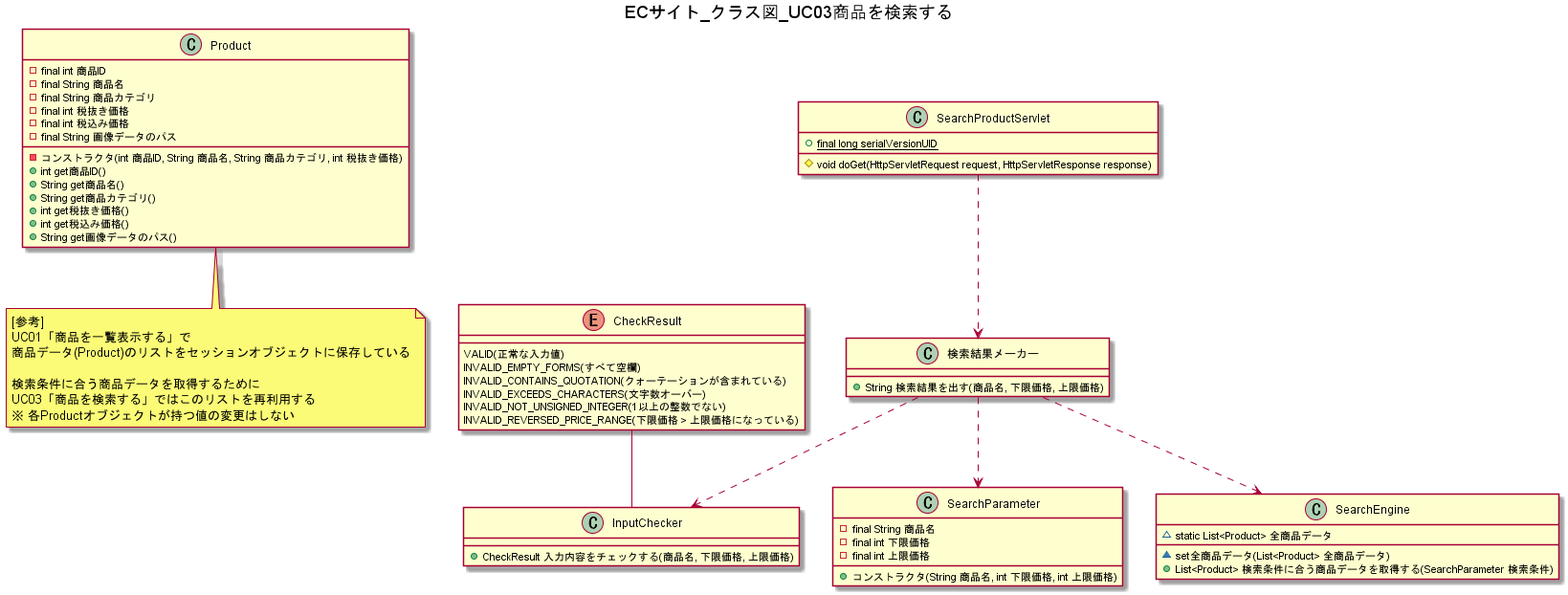
Before: UML/ECサイト_クラス図_UC03商品を検索する.png, a diagram exported from PlantUML (wnakayama/ojt_ecsite).
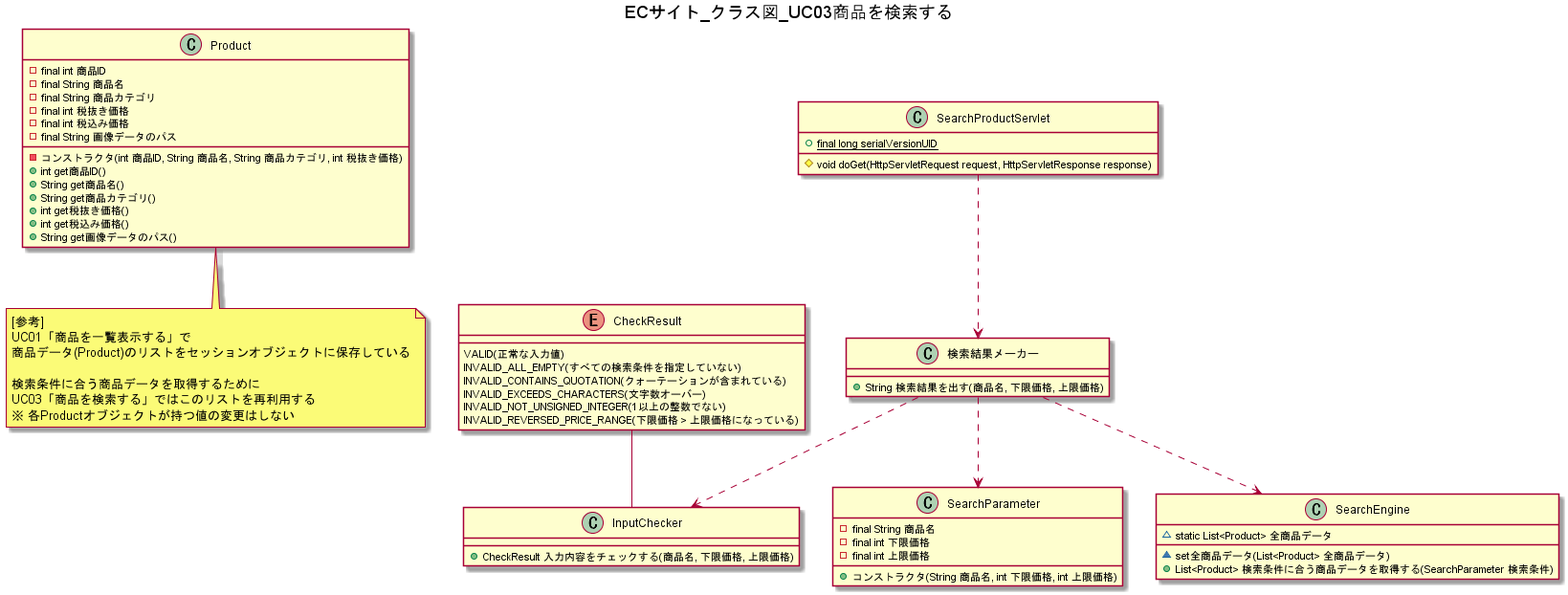
Above is the later version.

The edit, as a diff of the source:
```diff
@@ -40,7 +40,7 @@
 CheckResult -- InputChecker
 enum CheckResult {
     VALID(正常な入力値)
-    INVALID_EMPTY_FORMS(すべて空欄)
+    INVALID_ALL_EMPTY(すべての検索条件を指定していない)
     INVALID_CONTAINS_QUOTATION(クォーテーションが含まれている)
     INVALID_EXCEEDS_CHARACTERS(文字数オーバー)
     INVALID_NOT_UNSIGNED_INTEGER(1以上の整数でない)
```
